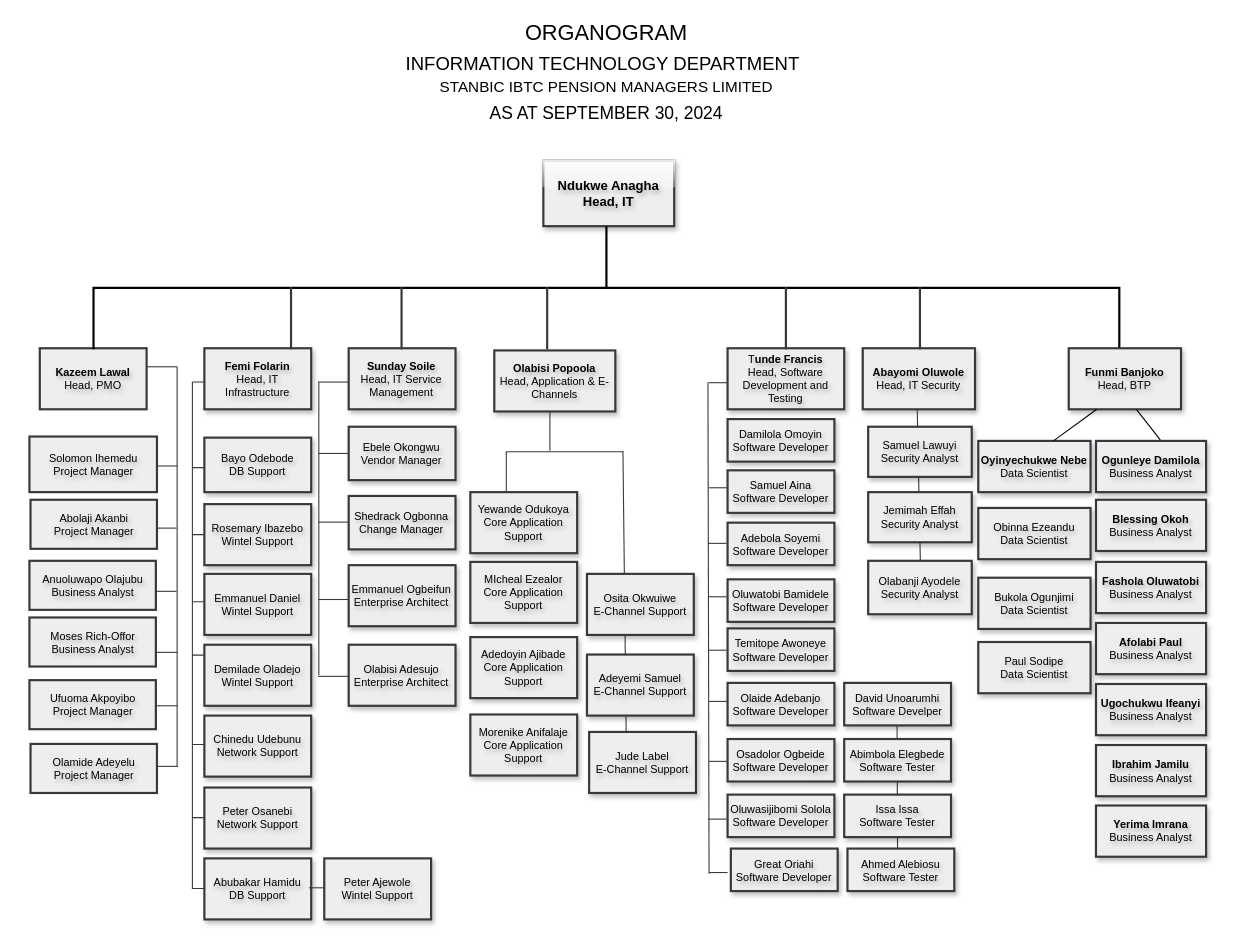
The draw.io diagram page "Copy of Page-1" (2 of 2) of organogram.drawio in Great-B/standard-arch-diagrams, before the edit. Source tidied: cells renumbered, new cells numbered last; positions are measured from the earlier drawing's top-left corner, leaving out a move shared by most shapes. Both pictures are drawn from the tidied source at 109%, with x=0, y=0 at pixel (19, -226).
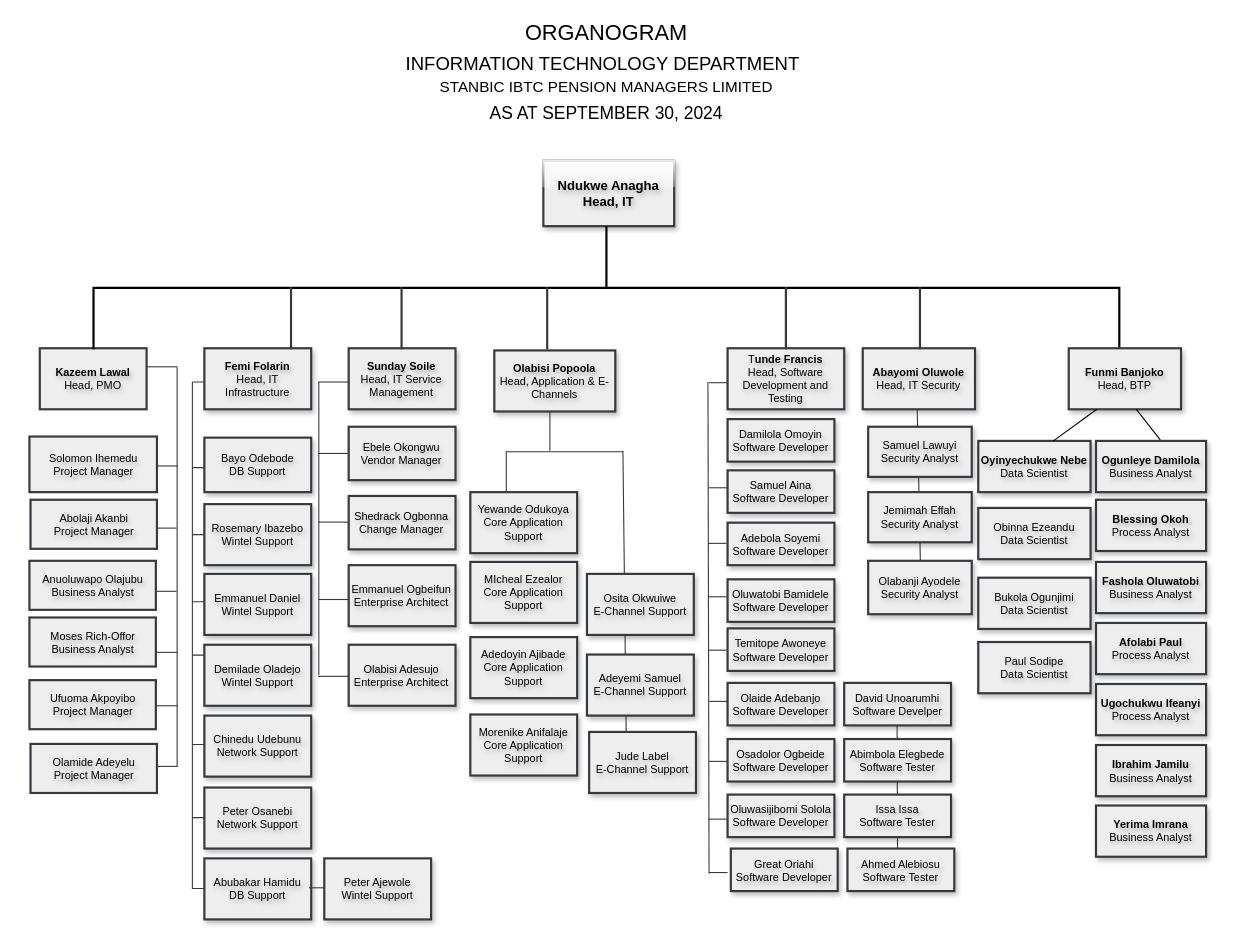
The same page after the edit.

Diff of the diagram source:
```diff
@@
-    <mxCell id="99" value="&lt;span style=&quot;font-size: 10px;&quot;&gt;&lt;b&gt;Blessing Okoh&lt;br&gt;&lt;/b&gt;Business Analyst&lt;/span&gt;" style="rounded=0;whiteSpace=wrap;html=1;strokeWidth=2;perimeterSpacing=0;glass=0;shadow=1;fontStyle=0;textShadow=1;fillColor=#eeeeee;strokeColor=#36393d;fontSize=10;" parent="1" vertex="1">
+    <mxCell id="99" value="&lt;span style=&quot;font-size: 10px;&quot;&gt;&lt;b&gt;Blessing Okoh&lt;br&gt;&lt;/b&gt;Process Analyst&lt;/span&gt;" style="rounded=0;whiteSpace=wrap;html=1;strokeWidth=2;perimeterSpacing=0;glass=0;shadow=1;fontStyle=0;textShadow=1;fillColor=#eeeeee;strokeColor=#36393d;fontSize=10;" parent="1" vertex="1">
       <mxGeometry x="988" y="665" width="101" height="47" as="geometry" />
     </mxCell>
@@
-    <mxCell id="101" value="&lt;span style=&quot;font-size: 10px;&quot;&gt;&lt;b&gt;Afolabi Paul&lt;br&gt;&lt;/b&gt;Business Analyst&lt;/span&gt;" style="rounded=0;whiteSpace=wrap;html=1;strokeWidth=2;perimeterSpacing=0;glass=0;shadow=1;fontStyle=0;textShadow=1;fillColor=#eeeeee;strokeColor=#36393d;fontSize=10;" parent="1" vertex="1">
+    <mxCell id="101" value="&lt;span style=&quot;font-size: 10px;&quot;&gt;&lt;b&gt;Afolabi Paul&lt;br&gt;&lt;/b&gt;Process Analyst&lt;/span&gt;" style="rounded=0;whiteSpace=wrap;html=1;strokeWidth=2;perimeterSpacing=0;glass=0;shadow=1;fontStyle=0;textShadow=1;fillColor=#eeeeee;strokeColor=#36393d;fontSize=10;" parent="1" vertex="1">
       <mxGeometry x="988" y="778" width="101" height="47" as="geometry" />
     </mxCell>
-    <mxCell id="102" value="&lt;span style=&quot;font-size: 10px;&quot;&gt;&lt;b&gt;Ugochukwu Ifeanyi&lt;br&gt;&lt;/b&gt;Business Analyst&lt;/span&gt;" style="rounded=0;whiteSpace=wrap;html=1;strokeWidth=2;perimeterSpacing=0;glass=0;shadow=1;fontStyle=0;textShadow=1;fillColor=#eeeeee;strokeColor=#36393d;fontSize=10;" parent="1" vertex="1">
+    <mxCell id="102" value="&lt;span style=&quot;font-size: 10px;&quot;&gt;&lt;b&gt;Ugochukwu Ifeanyi&lt;br&gt;&lt;/b&gt;Process Analyst&lt;/span&gt;" style="rounded=0;whiteSpace=wrap;html=1;strokeWidth=2;perimeterSpacing=0;glass=0;shadow=1;fontStyle=0;textShadow=1;fillColor=#eeeeee;strokeColor=#36393d;fontSize=10;" parent="1" vertex="1">
       <mxGeometry x="988" y="834" width="101" height="47" as="geometry" />
     </mxCell>
```
